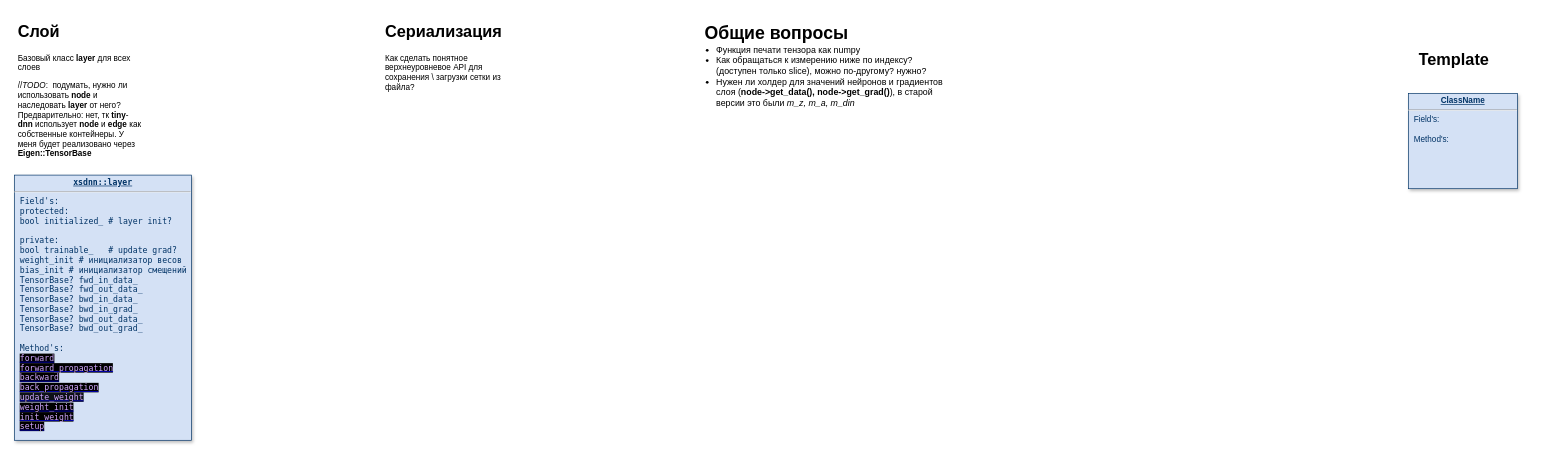
This is page "xsdnn::main" (1 of 9) of logic.drawio from xsdnn/xsdnn, a draw.io file, before an edit. Source tidied: cells renumbered, new cells numbered last; positions are measured from the earlier drawing's top-left corner, leaving out a move shared by most shapes. Both pictures are drawn from the tidied source at 68%, with x=0, y=0 at pixel (14, 18).
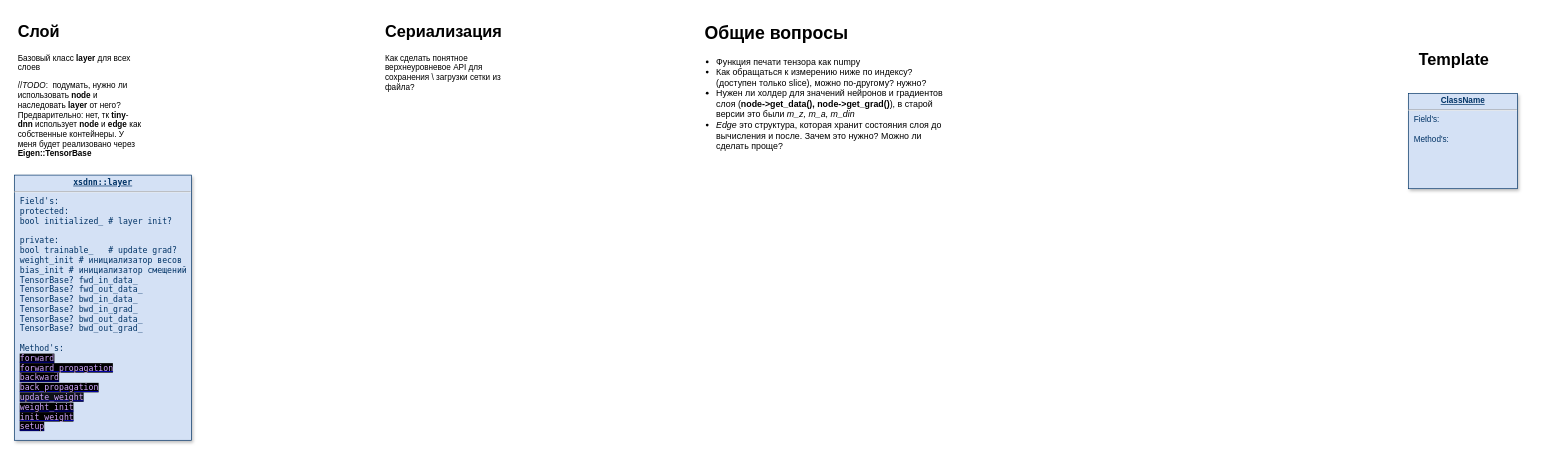
The same diagram, later.

The edit, as a diff of the source:
```diff
@@
 <mxGraphModel>
   <root>
     <mxCell id="0" />
     <mxCell id="1" parent="0" />
     <mxCell id="2" value="&lt;p style=&quot;margin: 0px; margin-top: 4px; text-align: center; text-decoration: underline;&quot;&gt;&lt;strong&gt;ClassName&lt;/strong&gt;&lt;/p&gt;&lt;hr&gt;&lt;p style=&quot;margin: 0px; margin-left: 8px;&quot;&gt;Field's:&lt;/p&gt;&lt;p style=&quot;margin: 0px; margin-left: 8px;&quot;&gt;&lt;br&gt;&lt;/p&gt;&lt;p style=&quot;margin: 0px; margin-left: 8px;&quot;&gt;Method's:&lt;/p&gt;" style="verticalAlign=top;align=left;overflow=fill;fontSize=12;fontFamily=Helvetica;html=1;strokeColor=#003366;shadow=1;fillColor=#D4E1F5;fontColor=#003366;" parent="1" vertex="1">
       <mxGeometry x="2050" y="110" width="160" height="140" as="geometry" />
     </mxCell>
     <mxCell id="3" value="&lt;h1&gt;Слой&lt;/h1&gt;&lt;p&gt;Базовый класс &lt;b&gt;layer &lt;/b&gt;для всех слоев&lt;/p&gt;&lt;p&gt;&lt;span style=&quot;text-align: center;&quot;&gt;//&lt;i&gt;TODO&lt;/i&gt;:&amp;nbsp; подумать, нужно ли использовать &lt;b&gt;node&lt;/b&gt; и наследовать &lt;b&gt;layer&lt;/b&gt; от него? Предварительно: нет, тк &lt;b&gt;tiny&lt;/b&gt;-&lt;b&gt;dnn&lt;/b&gt; использует &lt;b&gt;node&lt;/b&gt; и &lt;b&gt;edge&lt;/b&gt; как собственные контейнеры. У меня будет реализовано через &lt;b&gt;Eigen::TensorBase&lt;/b&gt;&lt;/span&gt;&lt;br&gt;&lt;/p&gt;&lt;p&gt;&lt;br&gt;&lt;/p&gt;" style="text;html=1;strokeColor=none;fillColor=none;spacing=5;spacingTop=-20;whiteSpace=wrap;overflow=hidden;rounded=0;" parent="1" vertex="1">
       <mxGeometry width="190" height="250" as="geometry" />
     </mxCell>
     <mxCell id="4" value="&lt;h1&gt;Template&lt;/h1&gt;" style="text;html=1;strokeColor=none;fillColor=none;spacing=5;spacingTop=-20;whiteSpace=wrap;overflow=hidden;rounded=0;" parent="1" vertex="1">
       <mxGeometry x="2060" y="40" width="190" height="50" as="geometry" />
     </mxCell>
     <mxCell id="5" value="&lt;p style=&quot;margin: 0px; margin-top: 4px; text-align: center; text-decoration: underline;&quot;&gt;&lt;b&gt;xsdnn::layer&lt;/b&gt;&lt;/p&gt;&lt;hr&gt;&lt;p style=&quot;margin: 0px; margin-left: 8px;&quot;&gt;Field's:&lt;/p&gt;&lt;p style=&quot;margin: 0px; margin-left: 8px;&quot;&gt;protected:&lt;/p&gt;&lt;p style=&quot;margin: 0px; margin-left: 8px;&quot;&gt;bool initialized_ # layer init?&lt;/p&gt;&lt;p style=&quot;margin: 0px; margin-left: 8px;&quot;&gt;&lt;br&gt;&lt;/p&gt;&lt;p style=&quot;margin: 0px; margin-left: 8px;&quot;&gt;private:&lt;/p&gt;&lt;p style=&quot;margin: 0px 0px 0px 8px;&quot;&gt;bool trainable_&amp;nbsp; &amp;nbsp;# update grad?&lt;/p&gt;&lt;p style=&quot;margin: 0px 0px 0px 8px;&quot;&gt;weight_init # инициализатор весов&lt;/p&gt;&lt;p style=&quot;margin: 0px 0px 0px 8px;&quot;&gt;bias_init # инициализатор смещений&lt;/p&gt;&lt;p style=&quot;margin: 0px; margin-left: 8px;&quot;&gt;TensorBase? fwd_in_data_&lt;/p&gt;&lt;p style=&quot;margin: 0px; margin-left: 8px;&quot;&gt;TensorBase? fwd_out_data_&lt;br&gt;&lt;/p&gt;&lt;p style=&quot;margin: 0px; margin-left: 8px;&quot;&gt;TensorBase? bwd_in_data_&lt;br&gt;&lt;/p&gt;&lt;p style=&quot;margin: 0px; margin-left: 8px;&quot;&gt;TensorBase? bwd_in_grad_&lt;br&gt;&lt;/p&gt;&lt;p style=&quot;margin: 0px; margin-left: 8px;&quot;&gt;TensorBase? bwd_out_data_&lt;br&gt;&lt;/p&gt;&lt;p style=&quot;margin: 0px; margin-left: 8px;&quot;&gt;TensorBase? bwd_out_grad_&lt;br&gt;&lt;/p&gt;&lt;p style=&quot;margin: 0px; margin-left: 8px;&quot;&gt;&lt;br&gt;&lt;/p&gt;&lt;p style=&quot;margin: 0px; margin-left: 8px;&quot;&gt;Method's:&lt;/p&gt;&lt;p style=&quot;margin: 0px; margin-left: 8px;&quot;&gt;&lt;a href=&quot;data:page/id,acLyr5f8MV2qwVlqdKkI&quot;&gt;&lt;font face=&quot;ui-monospace, SFMono-Regular, SF Mono, Menlo, Consolas, Liberation Mono, monospace&quot; color=&quot;#d2a8ff&quot; style=&quot;background-color: rgb(0, 0, 0);&quot;&gt;forward&lt;/font&gt;&lt;/a&gt;&lt;/p&gt;&lt;p style=&quot;margin: 0px; margin-left: 8px;&quot;&gt;&lt;a href=&quot;data:page/id,P51iXEZZl-BP7aw9WZGj&quot;&gt;&lt;font face=&quot;ui-monospace, SFMono-Regular, SF Mono, Menlo, Consolas, Liberation Mono, monospace&quot; color=&quot;#d2a8ff&quot; style=&quot;background-color: rgb(0, 0, 0);&quot;&gt;forward_propagation&lt;/font&gt;&lt;/a&gt;&lt;/p&gt;&lt;p style=&quot;margin: 0px; margin-left: 8px;&quot;&gt;&lt;a href=&quot;data:page/id,9vZ8QekkStvvB2-BGn0U&quot;&gt;&lt;font face=&quot;ui-monospace, SFMono-Regular, SF Mono, Menlo, Consolas, Liberation Mono, monospace&quot; color=&quot;#d2a8ff&quot; style=&quot;background-color: rgb(0, 0, 0);&quot;&gt;backward&lt;/font&gt;&lt;/a&gt;&lt;/p&gt;&lt;p style=&quot;margin: 0px; margin-left: 8px;&quot;&gt;&lt;a href=&quot;data:page/id,YzGOiIOgP3fO_uxTNOQc&quot;&gt;&lt;font face=&quot;ui-monospace, SFMono-Regular, SF Mono, Menlo, Consolas, Liberation Mono, monospace&quot; color=&quot;#d2a8ff&quot; style=&quot;background-color: rgb(0, 0, 0);&quot;&gt;back_propagation&lt;/font&gt;&lt;/a&gt;&lt;/p&gt;&lt;p style=&quot;margin: 0px; margin-left: 8px;&quot;&gt;&lt;span style=&quot;font-family: ui-monospace, SFMono-Regular, &amp;quot;SF Mono&amp;quot;, Menlo, Consolas, &amp;quot;Liberation Mono&amp;quot;, monospace; background-color: rgb(13, 17, 23);&quot;&gt;&lt;a style=&quot;&quot; href=&quot;data:page/id,1ntwXYWYcS74xLM6uAJB&quot;&gt;&lt;font color=&quot;#d2a8ff&quot;&gt;update_weight&lt;/font&gt;&lt;/a&gt;&lt;/span&gt;&lt;br&gt;&lt;/p&gt;&lt;p style=&quot;margin: 0px; margin-left: 8px;&quot;&gt;&lt;a style=&quot;background-color: rgb(0, 0, 0);&quot; href=&quot;data:page/id,imFPhnd7Cz6RNdqDAHEO&quot;&gt;&lt;font face=&quot;ui-monospace, SFMono-Regular, SF Mono, Menlo, Consolas, Liberation Mono, monospace&quot; color=&quot;#d2a8ff&quot;&gt;weight_init&lt;/font&gt;&lt;/a&gt;&lt;/p&gt;&lt;p style=&quot;margin: 0px; margin-left: 8px;&quot;&gt;&lt;a style=&quot;background-color: rgb(0, 0, 0);&quot; href=&quot;data:page/id,p6dzrHT5QFA6u9v4Chr_&quot;&gt;&lt;font color=&quot;#d2a8ff&quot;&gt;init_weight&lt;/font&gt;&lt;/a&gt;&lt;/p&gt;&lt;p style=&quot;margin: 0px; margin-left: 8px;&quot;&gt;&lt;a style=&quot;background-color: rgb(0, 0, 0);&quot; href=&quot;data:page/id,uzz6QVAgYd6YLyIYvyyA&quot;&gt;&lt;font color=&quot;#d2a8ff&quot;&gt;setup&lt;/font&gt;&lt;/a&gt;&lt;/p&gt;" style="verticalAlign=top;align=left;overflow=fill;fontSize=12;fontFamily=ui-monospace, SFMono-Regular, &quot;SF Mono&quot;, Menlo, Consolas, &quot;Liberation Mono&quot;, monospace;html=1;strokeColor=#003366;shadow=1;fillColor=#D4E1F5;fontColor=#003366;" parent="1" vertex="1">
       <mxGeometry y="230" width="260" height="390" as="geometry" />
     </mxCell>
     <mxCell id="6" value="&lt;h1&gt;Сериализация&lt;/h1&gt;&lt;p&gt;Как сделать понятное верхнеуровневое API для сохранения \ загрузки сетки из файла?&amp;nbsp;&lt;/p&gt;" style="text;html=1;strokeColor=none;fillColor=none;spacing=5;spacingTop=-20;whiteSpace=wrap;overflow=hidden;rounded=0;" parent="1" vertex="1">
       <mxGeometry x="540" width="190" height="120" as="geometry" />
     </mxCell>
     <mxCell id="7" value="&lt;h1&gt;Общие вопросы&lt;/h1&gt;&lt;p&gt;&lt;br&gt;&lt;/p&gt;" style="text;html=1;strokeColor=none;fillColor=none;spacing=5;spacingTop=-20;whiteSpace=wrap;overflow=hidden;rounded=0;fontSize=13;" parent="1" vertex="1">
       <mxGeometry x="1010" width="270" height="120" as="geometry" />
     </mxCell>
-    <mxCell id="8" value="&lt;ul&gt;&lt;li&gt;Функция печати тензора как numpy&lt;/li&gt;&lt;li&gt;Как обращаться к измерению ниже по индексу? (доступен только slice), можно по-другому? нужно?&amp;nbsp;&lt;/li&gt;&lt;li&gt;Нужен ли холдер для значений нейронов и градиентов слоя (&lt;b&gt;node-&amp;gt;get_data(), node-&amp;gt;get_grad()&lt;/b&gt;), в старой версии это были &lt;i&gt;m_z, m_a, m_din&lt;/i&gt;&lt;/li&gt;&lt;/ul&gt;" style="text;strokeColor=none;fillColor=none;html=1;whiteSpace=wrap;verticalAlign=middle;overflow=hidden;fontSize=13;" parent="1" vertex="1">
-      <mxGeometry x="990" y="10" width="390" height="150" as="geometry" />
+    <mxCell id="8" value="&lt;ul&gt;&lt;li&gt;Функция печати тензора как numpy&lt;/li&gt;&lt;li&gt;Как обращаться к измерению ниже по индексу? (доступен только slice), можно по-другому? нужно?&amp;nbsp;&lt;/li&gt;&lt;li&gt;Нужен ли холдер для значений нейронов и градиентов слоя (&lt;b&gt;node-&amp;gt;get_data(), node-&amp;gt;get_grad()&lt;/b&gt;), в старой версии это были &lt;i&gt;m_z, m_a, m_din&lt;/i&gt;&lt;/li&gt;&lt;li&gt;&lt;i&gt;Edge &lt;/i&gt;это структура, которая хранит состояния слоя до вычисления и после. Зачем это нужно? Можно ли сделать проще?&lt;/li&gt;&lt;/ul&gt;" style="text;strokeColor=none;fillColor=none;html=1;whiteSpace=wrap;verticalAlign=middle;overflow=hidden;fontSize=13;" parent="1" vertex="1">
+      <mxGeometry x="990" y="40" width="390" height="170" as="geometry" />
     </mxCell>
   </root>
 </mxGraphModel>
```
